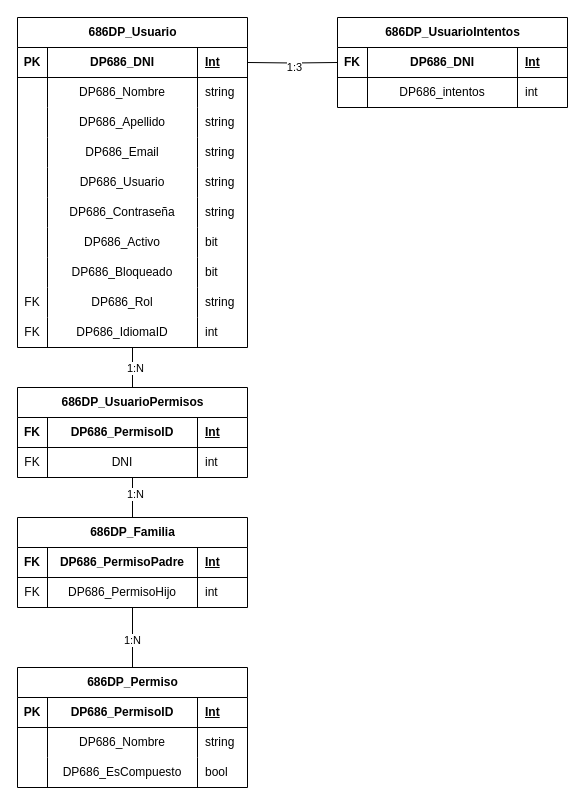
Earlier version of the draw.io diagram page "Iniciar Sesion" (8 of 11) of Asegura YA/Ing. SW/Ing. SW/DER/DER.drawio (Danunu04/Proyects). Source tidied: cells renumbered, new cells numbered last; positions are measured from the earlier drawing's top-left corner, leaving out a move shared by most shapes. Both pictures are drawn from the tidied source at 100%, with x=0, y=0 at pixel (17, 17).
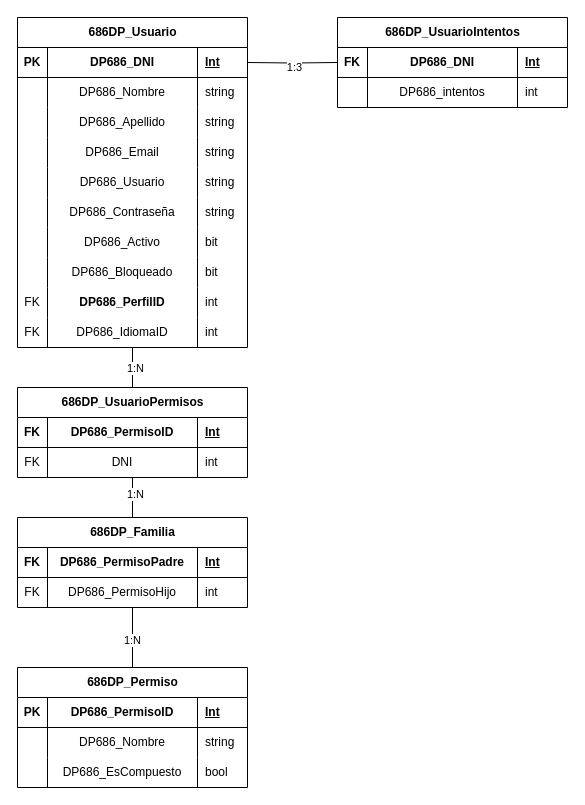
The same page after the edit.

Unchanged cells that the change refers to:
```xml
<mxCell id="37" style="shape=tableRow;horizontal=0;startSize=0;swimlaneHead=0;swimlaneBody=0;fillColor=none;top=0;left=0;right=0;bottom=0;" parent="4" vertex="1">
  <mxGeometry y="270" width="230" height="30" as="geometry" />
</mxCell>
```

Diff of the diagram source:
```diff
@@
-    <mxCell id="39" value="DP686_Rol" style="shape=partialRectangle;fillColor=none;top=0;left=0;bottom=0;right=0;overflow=hidden;whiteSpace=wrap;html=1;" parent="37" vertex="1">
+    <mxCell id="39" value="&lt;span style=&quot;font-weight: 700;&quot;&gt;DP686_PerfilID&lt;/span&gt;" style="shape=partialRectangle;fillColor=none;top=0;left=0;bottom=0;right=0;overflow=hidden;whiteSpace=wrap;html=1;" parent="37" vertex="1">
       <mxGeometry x="30" width="150" height="30" as="geometry" />
     </mxCell>
-    <mxCell id="40" value="string" style="shape=partialRectangle;fillColor=none;top=0;left=0;bottom=0;right=0;align=left;spacingLeft=6;overflow=hidden;whiteSpace=wrap;html=1;" parent="37" vertex="1">
+    <mxCell id="40" value="int" style="shape=partialRectangle;fillColor=none;top=0;left=0;bottom=0;right=0;align=left;spacingLeft=6;overflow=hidden;whiteSpace=wrap;html=1;" parent="37" vertex="1">
       <mxGeometry x="180" width="50" height="30" as="geometry" />
     </mxCell>
```
